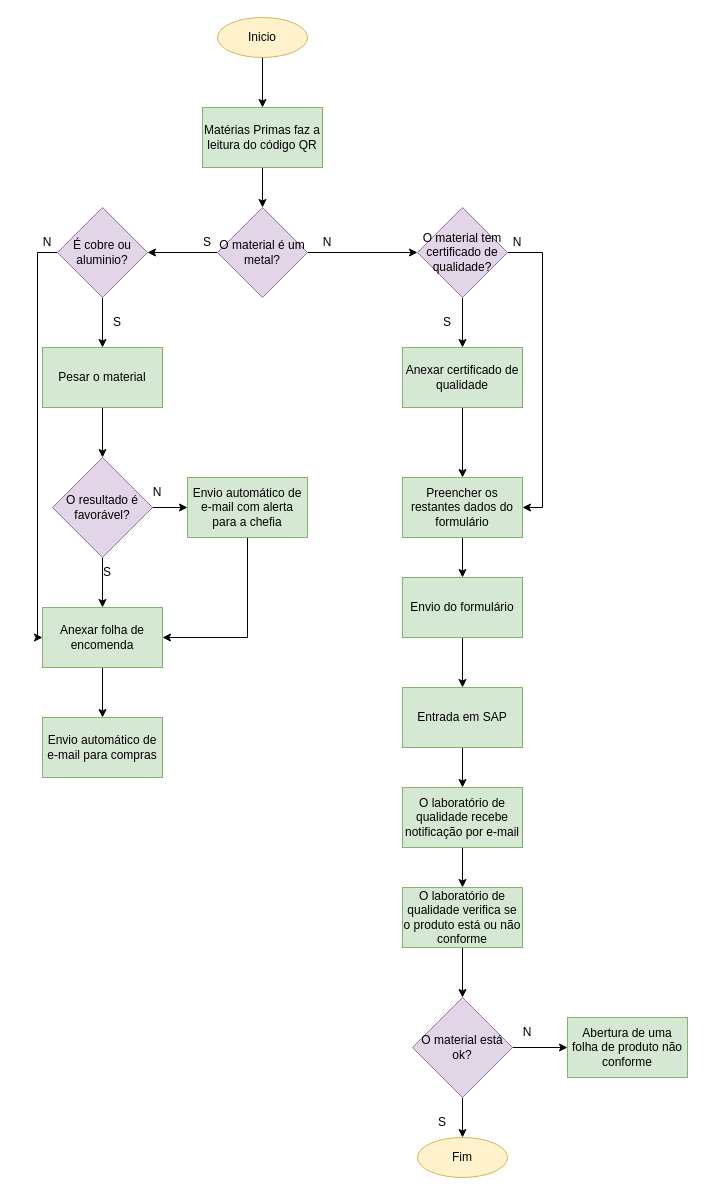
roxanna-df/roxanna-df keeps this draw.io diagram as version2_armazem_sistema_final.drawio. Above is the earlier version. Source tidied: cells renumbered, new cells numbered last; positions are measured from the earlier drawing's top-left corner, leaving out a move shared by most shapes. Both pictures are drawn from the tidied source at 100%, with x=0, y=0 at pixel (17, 17).
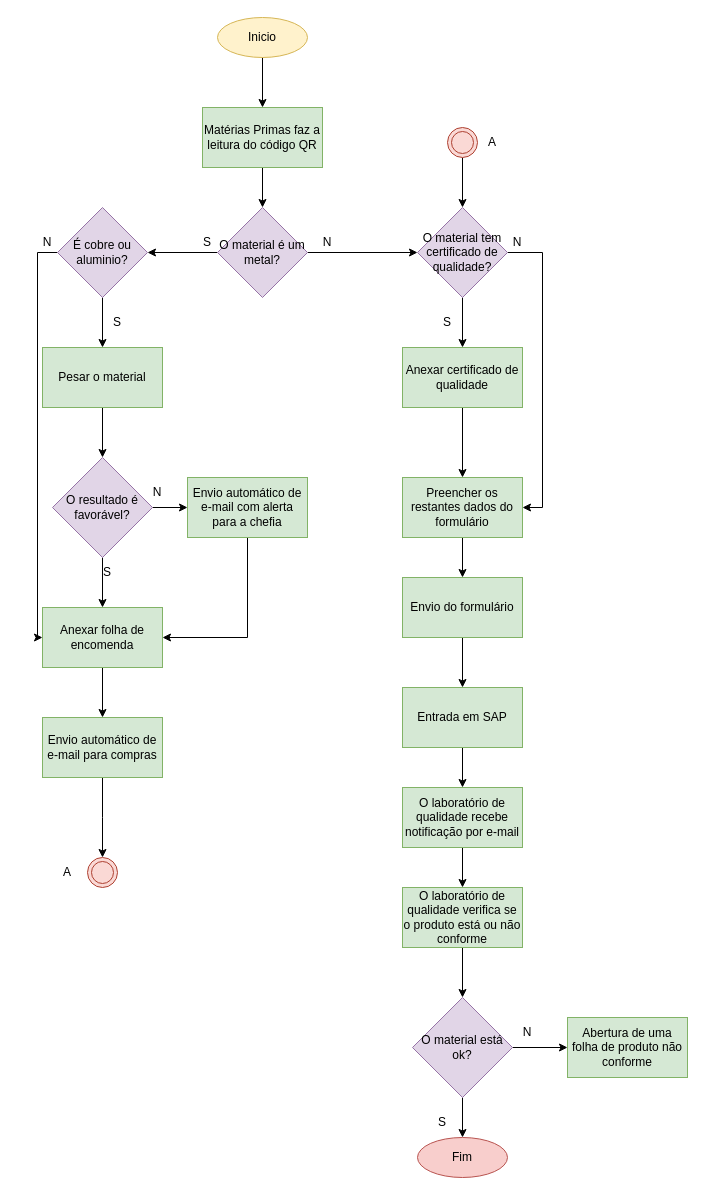
The same page after the edit.

Unchanged cells that the change refers to:
```xml
<mxCell id="19" value="O material tem certificado de qualidade?" style="rhombus;whiteSpace=wrap;html=1;fillColor=#e1d5e7;strokeColor=#9673a6;" parent="1" vertex="1">
  <mxGeometry x="400" y="190" width="90" height="90" as="geometry" />
</mxCell>
<mxCell id="28" value="Envio automático de e-mail para compras" style="rounded=0;whiteSpace=wrap;html=1;fillColor=#d5e8d4;strokeColor=#82b366;" parent="1" vertex="1">
  <mxGeometry x="25" y="700" width="120" height="60" as="geometry" />
</mxCell>
```

The edit, as a diff of the source:
```diff
@@
+    <mxCell id="52" style="edgeStyle=orthogonalEdgeStyle;rounded=0;jettySize=auto;html=1;exitX=0.5;exitY=1;exitDx=0;exitDy=0;" parent="1" edge="1" source="28">
+      <mxGeometry relative="1" as="geometry">
+        <mxPoint x="85" y="840" as="targetPoint" />
+      </mxGeometry>
+    </mxCell>
@@
-    <mxCell id="40" value="Fim" style="ellipse;whiteSpace=wrap;html=1;fillColor=#fff2cc;strokeColor=#d6b656;" parent="1" vertex="1">
+    <mxCell id="40" value="Fim" style="ellipse;whiteSpace=wrap;html=1;fillColor=#f8cecc;strokeColor=#b85450;" parent="1" vertex="1">
       <mxGeometry x="400" y="1120" width="90" height="40" as="geometry" />
     </mxCell>
@@
+    <mxCell id="53" style="ellipse;shape=doubleEllipse;whiteSpace=wrap;html=1;fillColor=#fad9d5;strokeColor=#ae4132;" parent="1" vertex="1">
+      <mxGeometry x="70" y="840" width="30" height="30" as="geometry" />
+    </mxCell>
+    <mxCell id="54" value="A" style="text;html=1;strokeColor=none;fillColor=none;align=center;verticalAlign=middle;whiteSpace=wrap;rounded=0;" parent="1" vertex="1">
+      <mxGeometry x="20" y="840" width="60" height="30" as="geometry" />
+    </mxCell>
+    <mxCell id="55" style="edgeStyle=orthogonalEdgeStyle;rounded=0;jettySize=auto;html=1;exitX=0.5;exitY=1;exitDx=0;exitDy=0;" parent="1" edge="1" source="56" target="19">
+      <mxGeometry relative="1" as="geometry" />
+    </mxCell>
+    <mxCell id="56" style="ellipse;shape=doubleEllipse;whiteSpace=wrap;html=1;fillColor=#fad9d5;strokeColor=#ae4132;" parent="1" vertex="1">
+      <mxGeometry x="430" y="110" width="30" height="30" as="geometry" />
+    </mxCell>
+    <mxCell id="57" value="A" style="text;html=1;strokeColor=none;fillColor=none;align=center;verticalAlign=middle;whiteSpace=wrap;rounded=0;" parent="1" vertex="1">
+      <mxGeometry x="445" y="110" width="60" height="30" as="geometry" />
+    </mxCell>
```
